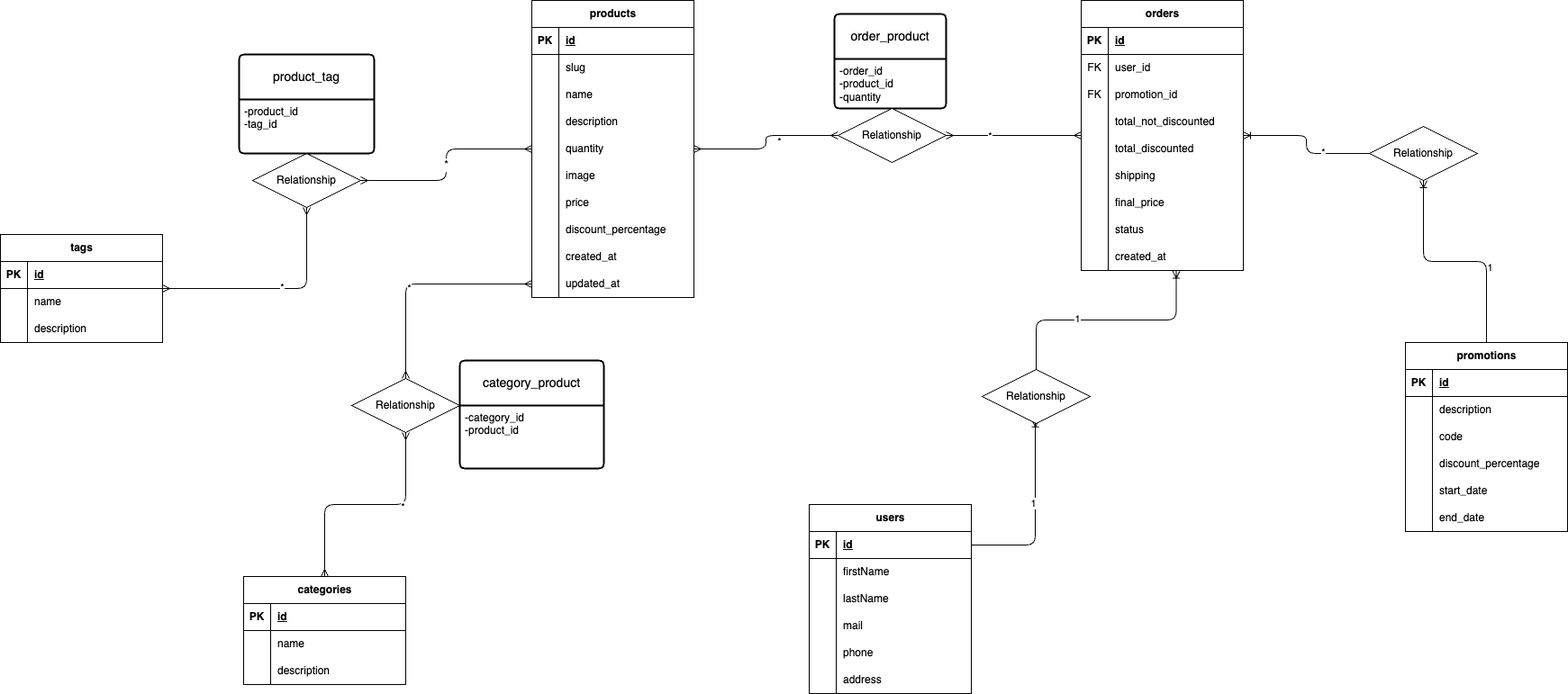
Before: DB/schema.png, a diagram exported from draw.io (GiuseppeColucci95/project-work-team3). Source tidied: cells renumbered, new cells last; positions are measured from the earlier drawing's top-left corner, leaving out a move shared by most shapes.
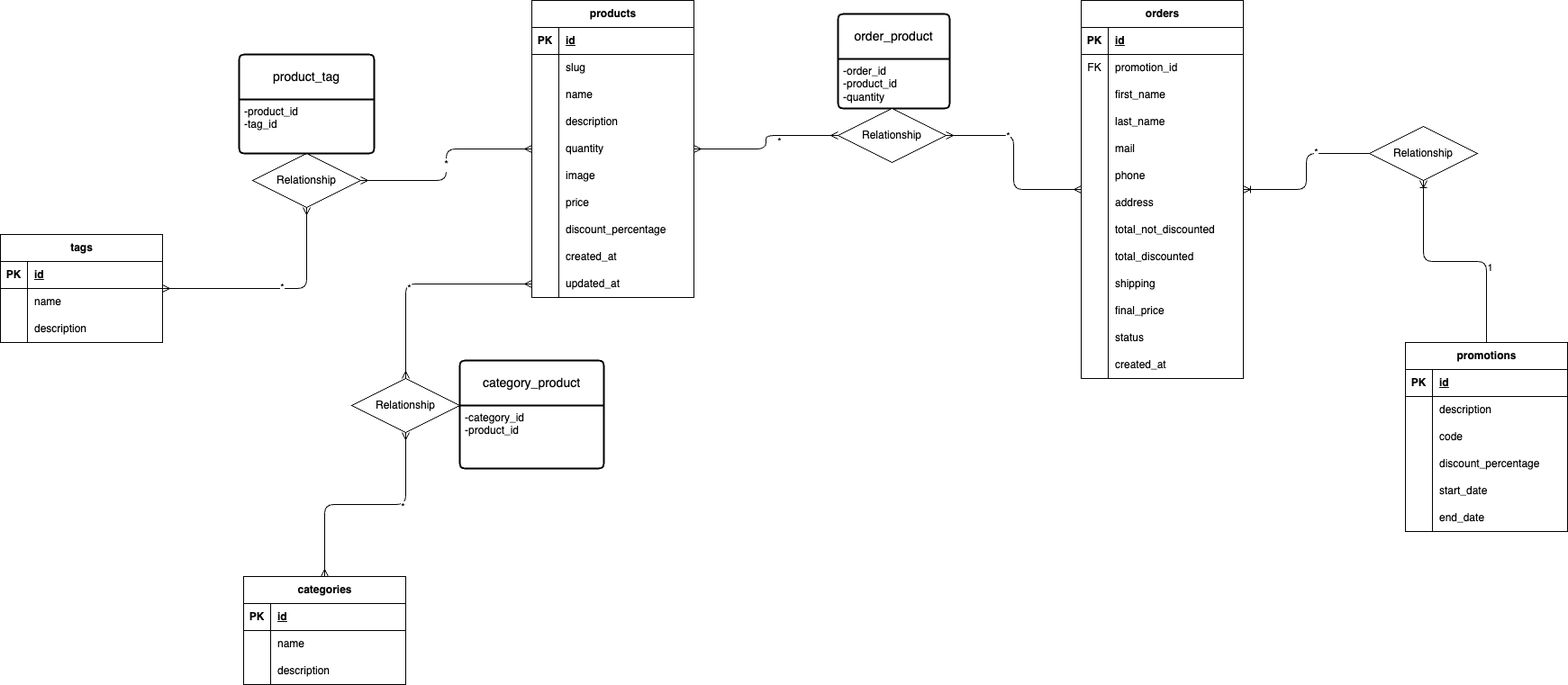
The same file after the commit.

What changed in the source:
```diff
@@ -96,7 +96,7 @@
       <mxGeometry x="30" width="150" height="30" as="geometry" />
     </mxCell>
     <mxCell id="33" value="orders" style="shape=table;startSize=30;rowLines=0;fontStyle=1;align=center;html=1;" parent="1" vertex="1">
-      <mxGeometry x="1200" width="180" height="300" as="geometry" />
+      <mxGeometry x="1200" width="180" height="420" as="geometry" />
     </mxCell>
     <mxCell id="34" style="shape=tableRow;horizontal=0;startSize=0;swimlaneHead=0;swimlaneBody=0;fillColor=none;top=0;left=0;right=0;bottom=1;" parent="33" vertex="1">
       <mxGeometry y="30" width="180" height="30" as="geometry" />
@@ -107,17 +107,8 @@
     <mxCell id="36" value="id" style="shape=partialRectangle;fillColor=none;top=0;left=0;bottom=0;right=0;align=left;spacingLeft=6;fontStyle=5;overflow=hidden;whiteSpace=wrap;html=1;" parent="34" vertex="1">
       <mxGeometry x="30" width="150" height="30" as="geometry" />
     </mxCell>
-    <mxCell id="37" style="shape=tableRow;horizontal=0;startSize=0;swimlaneHead=0;swimlaneBody=0;fillColor=none;top=0;left=0;right=0;bottom=0;" parent="33" vertex="1">
-      <mxGeometry y="60" width="180" height="30" as="geometry" />
-    </mxCell>
-    <mxCell id="38" value="FK" style="shape=partialRectangle;fillColor=none;top=0;left=0;bottom=0;right=0;overflow=hidden;whiteSpace=wrap;html=1;" parent="37" vertex="1">
-      <mxGeometry width="30" height="30" as="geometry" />
-    </mxCell>
-    <mxCell id="39" value="user_id" style="shape=partialRectangle;fillColor=none;top=0;left=0;bottom=0;right=0;align=left;spacingLeft=6;overflow=hidden;whiteSpace=wrap;html=1;" parent="37" vertex="1">
-      <mxGeometry x="30" width="150" height="30" as="geometry" />
-    </mxCell>
     <mxCell id="40" style="shape=tableRow;horizontal=0;startSize=0;swimlaneHead=0;swimlaneBody=0;fillColor=none;top=0;left=0;right=0;bottom=0;" parent="33" vertex="1">
-      <mxGeometry y="90" width="180" height="30" as="geometry" />
+      <mxGeometry y="60" width="180" height="30" as="geometry" />
     </mxCell>
     <mxCell id="41" value="FK" style="shape=partialRectangle;fillColor=none;top=0;left=0;bottom=0;right=0;overflow=hidden;whiteSpace=wrap;html=1;" parent="40" vertex="1">
       <mxGeometry width="30" height="30" as="geometry" />
@@ -125,8 +116,53 @@
     <mxCell id="42" value="promotion_id" style="shape=partialRectangle;fillColor=none;top=0;left=0;bottom=0;right=0;align=left;spacingLeft=6;overflow=hidden;whiteSpace=wrap;html=1;" parent="40" vertex="1">
       <mxGeometry x="30" width="150" height="30" as="geometry" />
     </mxCell>
+    <mxCell id="91" style="shape=tableRow;horizontal=0;startSize=0;swimlaneHead=0;swimlaneBody=0;fillColor=none;top=0;left=0;right=0;bottom=0;" parent="33" vertex="1">
+      <mxGeometry y="90" width="180" height="30" as="geometry" />
+    </mxCell>
+    <mxCell id="149" style="shape=partialRectangle;fillColor=none;top=0;left=0;bottom=0;right=0;overflow=hidden;whiteSpace=wrap;html=1;" parent="91" vertex="1">
+      <mxGeometry width="30" height="30" as="geometry" />
+    </mxCell>
+    <mxCell id="150" value="first_name" style="shape=partialRectangle;fillColor=none;top=0;left=0;bottom=0;right=0;align=left;spacingLeft=6;overflow=hidden;whiteSpace=wrap;html=1;" parent="91" vertex="1">
+      <mxGeometry x="30" width="150" height="30" as="geometry" />
+    </mxCell>
+    <mxCell id="94" style="shape=tableRow;horizontal=0;startSize=0;swimlaneHead=0;swimlaneBody=0;fillColor=none;top=0;left=0;right=0;bottom=0;" parent="33" vertex="1">
+      <mxGeometry y="120" width="180" height="30" as="geometry" />
+    </mxCell>
+    <mxCell id="151" style="shape=partialRectangle;fillColor=none;top=0;left=0;bottom=0;right=0;overflow=hidden;whiteSpace=wrap;html=1;" parent="94" vertex="1">
+      <mxGeometry width="30" height="30" as="geometry" />
+    </mxCell>
+    <mxCell id="152" value="last_name" style="shape=partialRectangle;fillColor=none;top=0;left=0;bottom=0;right=0;align=left;spacingLeft=6;overflow=hidden;whiteSpace=wrap;html=1;" parent="94" vertex="1">
+      <mxGeometry x="30" width="150" height="30" as="geometry" />
+    </mxCell>
+    <mxCell id="97" style="shape=tableRow;horizontal=0;startSize=0;swimlaneHead=0;swimlaneBody=0;fillColor=none;top=0;left=0;right=0;bottom=0;" parent="33" vertex="1">
+      <mxGeometry y="150" width="180" height="30" as="geometry" />
+    </mxCell>
+    <mxCell id="153" style="shape=partialRectangle;fillColor=none;top=0;left=0;bottom=0;right=0;overflow=hidden;whiteSpace=wrap;html=1;" parent="97" vertex="1">
+      <mxGeometry width="30" height="30" as="geometry" />
+    </mxCell>
+    <mxCell id="96" value="mail" style="shape=partialRectangle;fillColor=none;top=0;left=0;bottom=0;right=0;align=left;spacingLeft=6;overflow=hidden;whiteSpace=wrap;html=1;" parent="97" vertex="1">
+      <mxGeometry x="30" width="150" height="30" as="geometry" />
+    </mxCell>
+    <mxCell id="100" style="shape=tableRow;horizontal=0;startSize=0;swimlaneHead=0;swimlaneBody=0;fillColor=none;top=0;left=0;right=0;bottom=0;" parent="33" vertex="1">
+      <mxGeometry y="180" width="180" height="30" as="geometry" />
+    </mxCell>
+    <mxCell id="154" style="shape=partialRectangle;fillColor=none;top=0;left=0;bottom=0;right=0;overflow=hidden;whiteSpace=wrap;html=1;" parent="100" vertex="1">
+      <mxGeometry width="30" height="30" as="geometry" />
+    </mxCell>
+    <mxCell id="99" value="phone" style="shape=partialRectangle;fillColor=none;top=0;left=0;bottom=0;right=0;align=left;spacingLeft=6;overflow=hidden;whiteSpace=wrap;html=1;" parent="100" vertex="1">
+      <mxGeometry x="30" width="150" height="30" as="geometry" />
+    </mxCell>
+    <mxCell id="155" style="shape=tableRow;horizontal=0;startSize=0;swimlaneHead=0;swimlaneBody=0;fillColor=none;top=0;left=0;right=0;bottom=0;" parent="33" vertex="1">
+      <mxGeometry y="210" width="180" height="30" as="geometry" />
+    </mxCell>
+    <mxCell id="156" style="shape=partialRectangle;fillColor=none;top=0;left=0;bottom=0;right=0;overflow=hidden;whiteSpace=wrap;html=1;" parent="155" vertex="1">
+      <mxGeometry width="30" height="30" as="geometry" />
+    </mxCell>
+    <mxCell id="102" value="address" style="shape=partialRectangle;fillColor=none;top=0;left=0;bottom=0;right=0;align=left;spacingLeft=6;overflow=hidden;whiteSpace=wrap;html=1;" parent="155" vertex="1">
+      <mxGeometry x="30" width="150" height="30" as="geometry" />
+    </mxCell>
     <mxCell id="43" style="shape=tableRow;horizontal=0;startSize=0;swimlaneHead=0;swimlaneBody=0;fillColor=none;top=0;left=0;right=0;bottom=0;" parent="33" vertex="1">
-      <mxGeometry y="120" width="180" height="30" as="geometry" />
+      <mxGeometry y="240" width="180" height="30" as="geometry" />
     </mxCell>
     <mxCell id="44" style="shape=partialRectangle;fillColor=none;top=0;left=0;bottom=0;right=0;overflow=hidden;whiteSpace=wrap;html=1;" parent="43" vertex="1">
       <mxGeometry width="30" height="30" as="geometry" />
@@ -135,7 +171,7 @@
       <mxGeometry x="30" width="150" height="30" as="geometry" />
     </mxCell>
     <mxCell id="46" style="shape=tableRow;horizontal=0;startSize=0;swimlaneHead=0;swimlaneBody=0;fillColor=none;top=0;left=0;right=0;bottom=0;" parent="33" vertex="1">
-      <mxGeometry y="150" width="180" height="30" as="geometry" />
+      <mxGeometry y="270" width="180" height="30" as="geometry" />
     </mxCell>
     <mxCell id="47" style="shape=partialRectangle;fillColor=none;top=0;left=0;bottom=0;right=0;overflow=hidden;whiteSpace=wrap;html=1;" parent="46" vertex="1">
       <mxGeometry width="30" height="30" as="geometry" />
@@ -144,7 +180,7 @@
       <mxGeometry x="30" width="150" height="30" as="geometry" />
     </mxCell>
     <mxCell id="49" style="shape=tableRow;horizontal=0;startSize=0;swimlaneHead=0;swimlaneBody=0;fillColor=none;top=0;left=0;right=0;bottom=0;" parent="33" vertex="1">
-      <mxGeometry y="180" width="180" height="30" as="geometry" />
+      <mxGeometry y="300" width="180" height="30" as="geometry" />
     </mxCell>
     <mxCell id="50" style="shape=partialRectangle;fillColor=none;top=0;left=0;bottom=0;right=0;overflow=hidden;whiteSpace=wrap;html=1;" parent="49" vertex="1">
       <mxGeometry width="30" height="30" as="geometry" />
@@ -153,7 +189,7 @@
       <mxGeometry x="30" width="150" height="30" as="geometry" />
     </mxCell>
     <mxCell id="52" style="shape=tableRow;horizontal=0;startSize=0;swimlaneHead=0;swimlaneBody=0;fillColor=none;top=0;left=0;right=0;bottom=0;" parent="33" vertex="1">
-      <mxGeometry y="210" width="180" height="30" as="geometry" />
+      <mxGeometry y="330" width="180" height="30" as="geometry" />
     </mxCell>
     <mxCell id="53" style="shape=partialRectangle;fillColor=none;top=0;left=0;bottom=0;right=0;overflow=hidden;whiteSpace=wrap;html=1;" parent="52" vertex="1">
       <mxGeometry width="30" height="30" as="geometry" />
@@ -162,7 +198,7 @@
       <mxGeometry x="30" width="150" height="30" as="geometry" />
     </mxCell>
     <mxCell id="55" style="shape=tableRow;horizontal=0;startSize=0;swimlaneHead=0;swimlaneBody=0;fillColor=none;top=0;left=0;right=0;bottom=0;" parent="33" vertex="1">
-      <mxGeometry y="240" width="180" height="30" as="geometry" />
+      <mxGeometry y="360" width="180" height="30" as="geometry" />
     </mxCell>
     <mxCell id="56" style="shape=partialRectangle;fillColor=none;top=0;left=0;bottom=0;right=0;overflow=hidden;whiteSpace=wrap;html=1;" parent="55" vertex="1">
       <mxGeometry width="30" height="30" as="geometry" />
@@ -171,7 +207,7 @@
       <mxGeometry x="30" width="150" height="30" as="geometry" />
     </mxCell>
     <mxCell id="58" style="shape=tableRow;horizontal=0;startSize=0;swimlaneHead=0;swimlaneBody=0;fillColor=none;points=[[0,0.5],[1,0.5]];portConstraint=eastwest;top=0;left=0;right=0;bottom=0;" parent="33" vertex="1">
-      <mxGeometry y="270" width="180" height="30" as="geometry" />
+      <mxGeometry y="390" width="180" height="30" as="geometry" />
     </mxCell>
     <mxCell id="59" style="shape=partialRectangle;fillColor=none;top=0;left=0;bottom=0;right=0;overflow=hidden;whiteSpace=wrap;html=1;" parent="58" vertex="1">
       <mxGeometry width="30" height="30" as="geometry" />
@@ -186,7 +222,7 @@
       <mxGeometry x="-0.35" relative="1" as="geometry" />
     </mxCell>
     <mxCell id="63" value="order_product" style="swimlane;horizontal=1;startSize=50;rounded=1;fontSize=14;fontStyle=0;strokeWidth=2;shadow=0;dashed=0;align=center;arcSize=4;whiteSpace=wrap;html=1;" parent="1" vertex="1">
-      <mxGeometry x="926" y="15" width="124" height="105" as="geometry" />
+      <mxGeometry x="930" y="15" width="124" height="105" as="geometry" />
     </mxCell>
     <mxCell id="64" value="&lt;div&gt;-order_id&lt;/div&gt;&lt;div&gt;-product_id&lt;/div&gt;&lt;div&gt;-quantity&lt;/div&gt;" style="align=left;strokeColor=none;fillColor=none;spacingLeft=4;fontSize=12;verticalAlign=top;html=1;" parent="63" vertex="1">
       <mxGeometry y="50" width="124" height="55" as="geometry" />
@@ -252,78 +288,6 @@
     <mxCell id="83" value="-product_id&lt;div&gt;-tag_id&lt;/div&gt;" style="align=left;strokeColor=none;fillColor=none;spacingLeft=4;fontSize=12;verticalAlign=top;html=1;" parent="82" vertex="1">
       <mxGeometry y="50" width="150" height="60" as="geometry" />
     </mxCell>
-    <mxCell id="84" value="users" style="shape=table;startSize=30;rowLines=0;fontStyle=1;align=center;html=1;" parent="1" vertex="1">
-      <mxGeometry x="898" y="560" width="180" height="210" as="geometry" />
-    </mxCell>
-    <mxCell id="85" style="shape=tableRow;horizontal=0;startSize=0;swimlaneHead=0;swimlaneBody=0;fillColor=none;points=[[0,0.5],[1,0.5]];portConstraint=eastwest;top=0;left=0;right=0;bottom=1;" parent="84" vertex="1">
-      <mxGeometry y="30" width="180" height="30" as="geometry" />
-    </mxCell>
-    <mxCell id="86" value="PK" style="shape=partialRectangle;fillColor=none;top=0;left=0;bottom=0;right=0;fontStyle=1;overflow=hidden;whiteSpace=wrap;html=1;" parent="85" vertex="1">
-      <mxGeometry width="30" height="30" as="geometry" />
-    </mxCell>
-    <mxCell id="87" value="id" style="shape=partialRectangle;fillColor=none;top=0;left=0;bottom=0;right=0;align=left;spacingLeft=6;fontStyle=5;overflow=hidden;whiteSpace=wrap;html=1;" parent="85" vertex="1">
-      <mxGeometry x="30" width="150" height="30" as="geometry" />
-    </mxCell>
-    <mxCell id="88" style="shape=tableRow;horizontal=0;startSize=0;swimlaneHead=0;swimlaneBody=0;fillColor=none;top=0;left=0;right=0;bottom=0;" parent="84" vertex="1">
-      <mxGeometry y="60" width="180" height="30" as="geometry" />
-    </mxCell>
-    <mxCell id="89" style="shape=partialRectangle;fillColor=none;top=0;left=0;bottom=0;right=0;overflow=hidden;whiteSpace=wrap;html=1;" parent="88" vertex="1">
-      <mxGeometry width="30" height="30" as="geometry" />
-    </mxCell>
-    <mxCell id="90" value="firstName" style="shape=partialRectangle;fillColor=none;top=0;left=0;bottom=0;right=0;align=left;spacingLeft=6;overflow=hidden;whiteSpace=wrap;html=1;" parent="88" vertex="1">
-      <mxGeometry x="30" width="150" height="30" as="geometry" />
-    </mxCell>
-    <mxCell id="91" style="shape=tableRow;horizontal=0;startSize=0;swimlaneHead=0;swimlaneBody=0;fillColor=none;top=0;left=0;right=0;bottom=0;" parent="84" vertex="1">
-      <mxGeometry y="90" width="180" height="30" as="geometry" />
-    </mxCell>
-    <mxCell id="92" style="shape=partialRectangle;fillColor=none;top=0;left=0;bottom=0;right=0;overflow=hidden;whiteSpace=wrap;html=1;" parent="91" vertex="1">
-      <mxGeometry width="30" height="30" as="geometry" />
-    </mxCell>
-    <mxCell id="93" value="lastName" style="shape=partialRectangle;fillColor=none;top=0;left=0;bottom=0;right=0;align=left;spacingLeft=6;overflow=hidden;whiteSpace=wrap;html=1;" parent="91" vertex="1">
-      <mxGeometry x="30" width="150" height="30" as="geometry" />
-    </mxCell>
-    <mxCell id="94" style="shape=tableRow;horizontal=0;startSize=0;swimlaneHead=0;swimlaneBody=0;fillColor=none;top=0;left=0;right=0;bottom=0;" parent="84" vertex="1">
-      <mxGeometry y="120" width="180" height="30" as="geometry" />
-    </mxCell>
-    <mxCell id="95" style="shape=partialRectangle;fillColor=none;top=0;left=0;bottom=0;right=0;overflow=hidden;whiteSpace=wrap;html=1;" parent="94" vertex="1">
-      <mxGeometry width="30" height="30" as="geometry" />
-    </mxCell>
-    <mxCell id="96" value="mail" style="shape=partialRectangle;fillColor=none;top=0;left=0;bottom=0;right=0;align=left;spacingLeft=6;overflow=hidden;whiteSpace=wrap;html=1;" parent="94" vertex="1">
-      <mxGeometry x="30" width="150" height="30" as="geometry" />
-    </mxCell>
-    <mxCell id="97" style="shape=tableRow;horizontal=0;startSize=0;swimlaneHead=0;swimlaneBody=0;fillColor=none;top=0;left=0;right=0;bottom=0;" parent="84" vertex="1">
-      <mxGeometry y="150" width="180" height="30" as="geometry" />
-    </mxCell>
-    <mxCell id="98" style="shape=partialRectangle;fillColor=none;top=0;left=0;bottom=0;right=0;overflow=hidden;whiteSpace=wrap;html=1;" parent="97" vertex="1">
-      <mxGeometry width="30" height="30" as="geometry" />
-    </mxCell>
-    <mxCell id="99" value="phone" style="shape=partialRectangle;fillColor=none;top=0;left=0;bottom=0;right=0;align=left;spacingLeft=6;overflow=hidden;whiteSpace=wrap;html=1;" parent="97" vertex="1">
-      <mxGeometry x="30" width="150" height="30" as="geometry" />
-    </mxCell>
-    <mxCell id="100" style="shape=tableRow;horizontal=0;startSize=0;swimlaneHead=0;swimlaneBody=0;fillColor=none;top=0;left=0;right=0;bottom=0;" parent="84" vertex="1">
-      <mxGeometry y="180" width="180" height="30" as="geometry" />
-    </mxCell>
-    <mxCell id="101" style="shape=partialRectangle;fillColor=none;top=0;left=0;bottom=0;right=0;overflow=hidden;whiteSpace=wrap;html=1;" parent="100" vertex="1">
-      <mxGeometry width="30" height="30" as="geometry" />
-    </mxCell>
-    <mxCell id="102" value="address" style="shape=partialRectangle;fillColor=none;top=0;left=0;bottom=0;right=0;align=left;spacingLeft=6;overflow=hidden;whiteSpace=wrap;html=1;" parent="100" vertex="1">
-      <mxGeometry x="30" width="150" height="30" as="geometry" />
-    </mxCell>
-    <mxCell id="103" style="edgeStyle=orthogonalEdgeStyle;fontSize=12;html=1;endArrow=ERoneToMany;entryX=0.586;entryY=1.02;entryDx=0;entryDy=0;entryPerimeter=0;" parent="1" edge="1" source="107" target="58">
-      <mxGeometry relative="1" as="geometry" />
-    </mxCell>
-    <mxCell id="104" value="1" style="edgeLabel;html=1;align=center;verticalAlign=middle;" parent="103" vertex="1">
-      <mxGeometry x="-0.25" y="2" relative="1" as="geometry" />
-    </mxCell>
-    <mxCell id="105" style="edgeStyle=orthogonalEdgeStyle;fontSize=12;html=1;endArrow=ERoneToMany;entryX=0.492;entryY=0.928;entryDx=0;entryDy=0;exitX=1;exitY=0.5;exitDx=0;exitDy=0;entryPerimeter=0;" parent="1" edge="1" source="85" target="107">
-      <mxGeometry relative="1" as="geometry" />
-    </mxCell>
-    <mxCell id="106" value="1" style="edgeLabel;html=1;align=center;verticalAlign=middle;" parent="105" vertex="1">
-      <mxGeometry x="0.12" y="3" relative="1" as="geometry" />
-    </mxCell>
-    <mxCell id="107" value="Relationship" style="shape=rhombus;perimeter=rhombusPerimeter;whiteSpace=wrap;html=1;align=center;" parent="1" vertex="1">
-      <mxGeometry x="1090" y="410" width="120" height="60" as="geometry" />
-    </mxCell>
     <mxCell id="108" value="promotions" style="shape=table;startSize=30;rowLines=0;fontStyle=1;align=center;html=1;" parent="1" vertex="1">
       <mxGeometry x="1560" y="380" width="180" height="210" as="geometry" />
     </mxCell>
```
